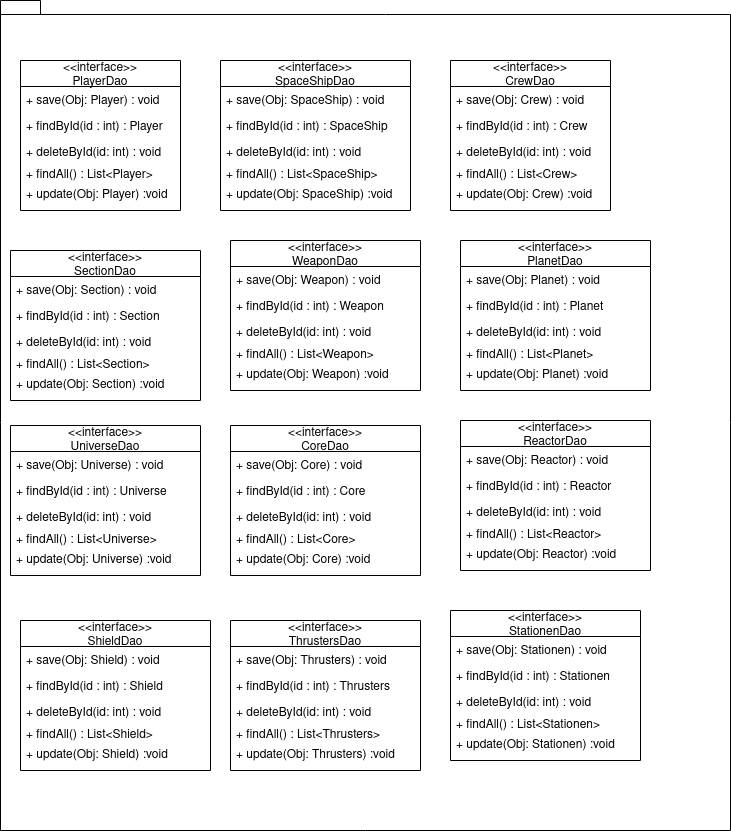
This is docs/Modulsicht_Quellcode/Dao_Komponente.png from ksreyr/SpaceStudio, a draw.io export, as it was before one commit. Source tidied: cells renumbered, new cells last; positions are measured from the earlier drawing's top-left corner, leaving out a move shared by most shapes.
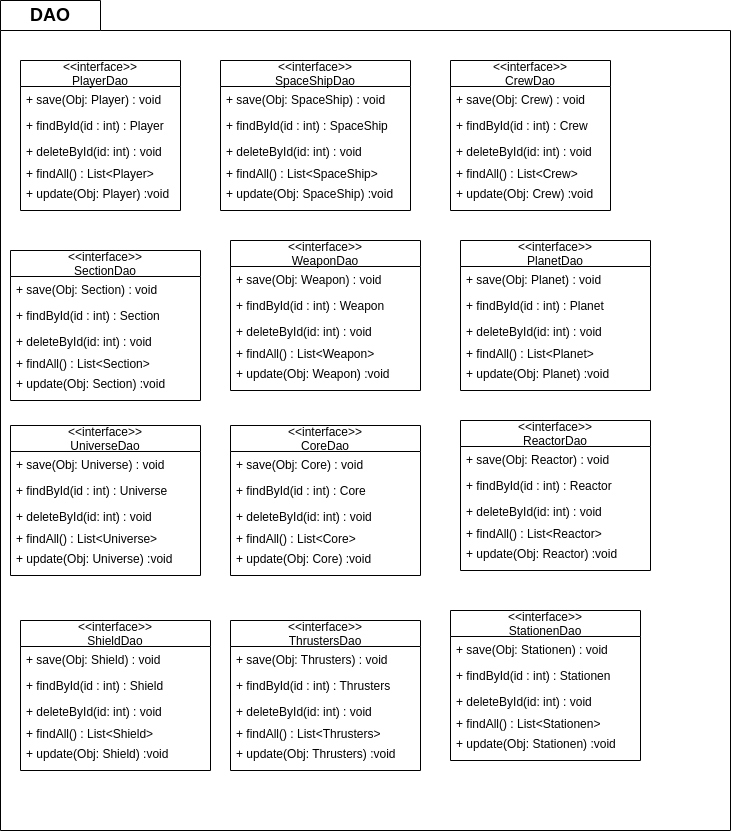
After the commit.

Commit message:
Change DAO graph

Change to the diagram source:
```diff
@@ -2,7 +2,7 @@
   <root>
     <mxCell id="0" />
     <mxCell id="1" parent="0" />
-    <mxCell id="2" style="shape=folder;fontStyle=1;spacingTop=10;tabWidth=40;tabHeight=14;tabPosition=left;html=1;" parent="1" vertex="1">
+    <mxCell id="2" style="shape=folder;fontStyle=1;spacingTop=10;tabWidth=100;tabHeight=30;tabPosition=left;html=1;" parent="1" vertex="1">
       <mxGeometry width="730" height="830" as="geometry" />
     </mxCell>
     <mxCell id="3" value="&lt;&lt;interface&gt;&gt;&#10;PlayerDao" style="swimlane;fontStyle=0;horizontal=1;startSize=26;fillColor=none;" parent="1" vertex="1">
@@ -221,5 +221,8 @@
     <mxCell id="74" value="+ update(Obj: Stationen) :void&#10;" style="text;strokeColor=none;fillColor=none;align=left;verticalAlign=top;spacingLeft=4;spacingRight=4;overflow=hidden;" parent="69" vertex="1">
       <mxGeometry y="120" width="190" height="30" as="geometry" />
     </mxCell>
+    <mxCell id="75" value="&lt;b&gt;&lt;font style=&quot;font-size: 18px&quot;&gt;DAO&lt;/font&gt;&lt;/b&gt;" style="text;html=1;strokeColor=none;fillColor=none;align=center;verticalAlign=middle;whiteSpace=wrap;rounded=0;" parent="1" vertex="1">
+      <mxGeometry x="30" y="10" width="40" height="10" as="geometry" />
+    </mxCell>
   </root>
 </mxGraphModel>
```
